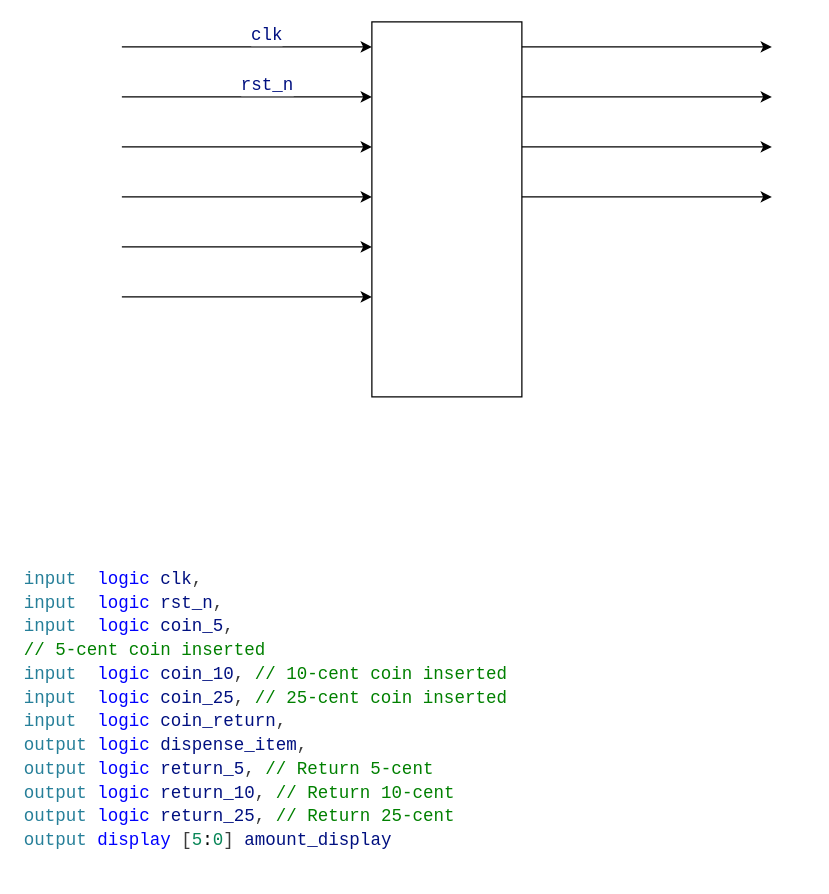
Before: page "vending_machine" (1 of 2) of Muhammad_Boota/lab4/task_2/docx/vending_machine.drawio in ee-uet/Xce_Training2025_Week02, a draw.io diagram. Source tidied: cells renumbered, new cells numbered last; positions are measured from the earlier drawing's top-left corner, leaving out a move shared by most shapes. Both pictures are drawn from the tidied source at 125%, with x=0, y=0 at pixel (21, 21).
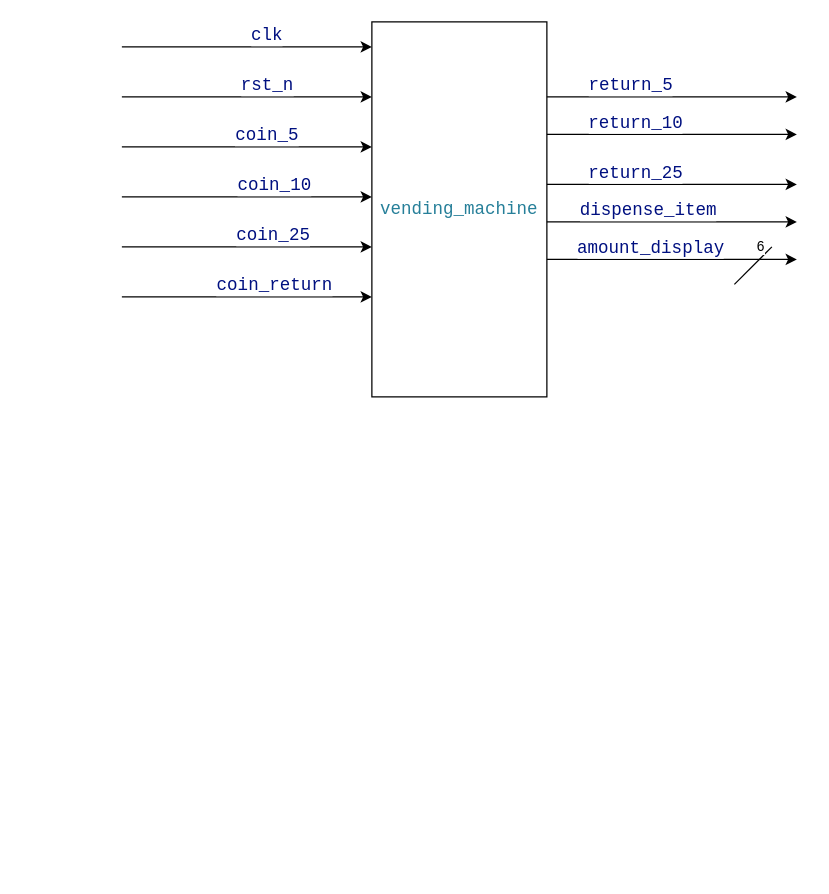
After the change.

Unchanged cells that the change refers to:
```xml
<mxCell id="8" style="endArrow=classic;html=1;rounded=0;" parent="1" edge="1">
  <mxGeometry relative="1" as="geometry">
    <mxPoint x="80" y="100" as="sourcePoint" />
    <mxPoint x="280" y="100" as="targetPoint" />
  </mxGeometry>
</mxCell>
<mxCell id="9" style="endArrow=classic;html=1;rounded=0;" parent="1" edge="1">
  <mxGeometry relative="1" as="geometry">
    <mxPoint x="80" y="140" as="sourcePoint" />
    <mxPoint x="280" y="140" as="targetPoint" />
  </mxGeometry>
</mxCell>
<mxCell id="10" style="endArrow=classic;html=1;rounded=0;" parent="1" edge="1">
  <mxGeometry relative="1" as="geometry">
    <mxPoint x="80" y="180" as="sourcePoint" />
    <mxPoint x="280" y="180" as="targetPoint" />
  </mxGeometry>
</mxCell>
<mxCell id="11" style="endArrow=classic;html=1;rounded=0;" parent="1" edge="1">
  <mxGeometry relative="1" as="geometry">
    <mxPoint x="80" y="220" as="sourcePoint" />
    <mxPoint x="280" y="220" as="targetPoint" />
  </mxGeometry>
</mxCell>
```

Diff of the diagram source:
```diff
@@
-    <mxCell id="2" style="rounded=0;whiteSpace=wrap;html=1;" parent="1" vertex="1">
-      <mxGeometry x="280" width="120" height="300" as="geometry" />
+    <mxCell id="2" value="&lt;div style=&quot;color: rgb(59, 59, 59); background-color: rgb(255, 255, 255); font-family: Consolas, &amp;quot;Courier New&amp;quot;, monospace; font-size: 14px; line-height: 19px; white-space: pre;&quot;&gt;&lt;span style=&quot;color: #267f99;&quot;&gt;vending_machine&lt;/span&gt;&lt;/div&gt;" style="rounded=0;whiteSpace=wrap;html=1;" parent="1" vertex="1">
+      <mxGeometry x="280" width="140" height="300" as="geometry" />
     </mxCell>
-    <mxCell id="3" value="&lt;div style=&quot;color: #3b3b3b;background-color: #ffffff;font-family: Consolas, 'Courier New', monospace;font-weight: normal;font-size: 14px;line-height: 19px;white-space: pre;&quot;&gt;&lt;div&gt;&lt;span style=&quot;color: #267f99;&quot;&gt;input&lt;/span&gt;&lt;span style=&quot;color: #3b3b3b;&quot;&gt; &amp;nbsp;&lt;/span&gt;&lt;span style=&quot;color: #0000ff;&quot;&gt;logic&lt;/span&gt;&lt;span style=&quot;color: #3b3b3b;&quot;&gt; &lt;/span&gt;&lt;span style=&quot;color: #001080;&quot;&gt;clk&lt;/span&gt;&lt;span style=&quot;color: #3b3b3b;&quot;&gt;,&lt;/span&gt;&lt;/div&gt;&lt;div&gt;&lt;span style=&quot;color: #267f99;&quot;&gt;input&lt;/span&gt;&lt;span style=&quot;color: #3b3b3b;&quot;&gt; &amp;nbsp;&lt;/span&gt;&lt;span style=&quot;color: #0000ff;&quot;&gt;logic&lt;/span&gt;&lt;span style=&quot;color: #3b3b3b;&quot;&gt; &lt;/span&gt;&lt;span style=&quot;color: #001080;&quot;&gt;rst_n&lt;/span&gt;&lt;span style=&quot;color: #3b3b3b;&quot;&gt;,&lt;/span&gt;&lt;/div&gt;&lt;div&gt;&lt;span style=&quot;color: #267f99;&quot;&gt;input&lt;/span&gt;&lt;span style=&quot;color: #3b3b3b;&quot;&gt; &amp;nbsp;&lt;/span&gt;&lt;span style=&quot;color: #0000ff;&quot;&gt;logic&lt;/span&gt;&lt;span style=&quot;color: #3b3b3b;&quot;&gt; &lt;/span&gt;&lt;span style=&quot;color: #001080;&quot;&gt;coin_5&lt;/span&gt;&lt;span style=&quot;color: #3b3b3b;&quot;&gt;,&lt;/span&gt;&lt;/div&gt;&lt;div&gt;&lt;span style=&quot;color: #008000;&quot;&gt;// 5-cent coin inserted&lt;/span&gt;&lt;/div&gt;&lt;div&gt;&lt;span style=&quot;color: #267f99;&quot;&gt;input&lt;/span&gt;&lt;span style=&quot;color: #3b3b3b;&quot;&gt; &amp;nbsp;&lt;/span&gt;&lt;span style=&quot;color: #0000ff;&quot;&gt;logic&lt;/span&gt;&lt;span style=&quot;color: #3b3b3b;&quot;&gt; &lt;/span&gt;&lt;span style=&quot;color: #001080;&quot;&gt;coin_10&lt;/span&gt;&lt;span style=&quot;color: #3b3b3b;&quot;&gt;, &lt;/span&gt;&lt;span style=&quot;color: #008000;&quot;&gt;// 10-cent coin inserted&lt;/span&gt;&lt;/div&gt;&lt;div&gt;&lt;span style=&quot;color: #267f99;&quot;&gt;input&lt;/span&gt;&lt;span style=&quot;color: #3b3b3b;&quot;&gt; &amp;nbsp;&lt;/span&gt;&lt;span style=&quot;color: #0000ff;&quot;&gt;logic&lt;/span&gt;&lt;span style=&quot;color: #3b3b3b;&quot;&gt; &lt;/span&gt;&lt;span style=&quot;color: #001080;&quot;&gt;coin_25&lt;/span&gt;&lt;span style=&quot;color: #3b3b3b;&quot;&gt;, &lt;/span&gt;&lt;span style=&quot;color: #008000;&quot;&gt;// 25-cent coin inserted&lt;/span&gt;&lt;/div&gt;&lt;div&gt;&lt;span style=&quot;color: #267f99;&quot;&gt;input&lt;/span&gt;&lt;span style=&quot;color: #3b3b3b;&quot;&gt; &amp;nbsp;&lt;/span&gt;&lt;span style=&quot;color: #0000ff;&quot;&gt;logic&lt;/span&gt;&lt;span style=&quot;color: #3b3b3b;&quot;&gt; &lt;/span&gt;&lt;span style=&quot;color: #001080;&quot;&gt;coin_return&lt;/span&gt;&lt;span style=&quot;color: #3b3b3b;&quot;&gt;,&lt;/span&gt;&lt;/div&gt;&lt;div&gt;&lt;span style=&quot;color: #267f99;&quot;&gt;output&lt;/span&gt;&lt;span style=&quot;color: #3b3b3b;&quot;&gt; &lt;/span&gt;&lt;span style=&quot;color: #0000ff;&quot;&gt;logic&lt;/span&gt;&lt;span style=&quot;color: #3b3b3b;&quot;&gt; &lt;/span&gt;&lt;span style=&quot;color: #001080;&quot;&gt;dispense_item&lt;/span&gt;&lt;span style=&quot;color: #3b3b3b;&quot;&gt;,&lt;/span&gt;&lt;/div&gt;&lt;div&gt;&lt;span style=&quot;color: #267f99;&quot;&gt;output&lt;/span&gt;&lt;span style=&quot;color: #3b3b3b;&quot;&gt; &lt;/span&gt;&lt;span style=&quot;color: #0000ff;&quot;&gt;logic&lt;/span&gt;&lt;span style=&quot;color: #3b3b3b;&quot;&gt; &lt;/span&gt;&lt;span style=&quot;color: #001080;&quot;&gt;return_5&lt;/span&gt;&lt;span style=&quot;color: #3b3b3b;&quot;&gt;, &lt;/span&gt;&lt;span style=&quot;color: #008000;&quot;&gt;// Return 5-cent&lt;/span&gt;&lt;/div&gt;&lt;div&gt;&lt;span style=&quot;color: #267f99;&quot;&gt;output&lt;/span&gt;&lt;span style=&quot;color: #3b3b3b;&quot;&gt; &lt;/span&gt;&lt;span style=&quot;color: #0000ff;&quot;&gt;logic&lt;/span&gt;&lt;span style=&quot;color: #3b3b3b;&quot;&gt; &lt;/span&gt;&lt;span style=&quot;color: #001080;&quot;&gt;return_10&lt;/span&gt;&lt;span style=&quot;color: #3b3b3b;&quot;&gt;, &lt;/span&gt;&lt;span style=&quot;color: #008000;&quot;&gt;// Return 10-cent&lt;/span&gt;&lt;/div&gt;&lt;div&gt;&lt;span style=&quot;color: #267f99;&quot;&gt;output&lt;/span&gt;&lt;span style=&quot;color: #3b3b3b;&quot;&gt; &lt;/span&gt;&lt;span style=&quot;color: #0000ff;&quot;&gt;logic&lt;/span&gt;&lt;span style=&quot;color: #3b3b3b;&quot;&gt; &lt;/span&gt;&lt;span style=&quot;color: #001080;&quot;&gt;return_25&lt;/span&gt;&lt;span style=&quot;color: #3b3b3b;&quot;&gt;, &lt;/span&gt;&lt;span style=&quot;color: #008000;&quot;&gt;// Return 25-cent&lt;/span&gt;&lt;/div&gt;&lt;div&gt;&lt;span style=&quot;color: #267f99;&quot;&gt;output&lt;/span&gt;&lt;span style=&quot;color: #3b3b3b;&quot;&gt; &lt;/span&gt;&lt;span style=&quot;color: #0000ff;&quot;&gt;display&lt;/span&gt;&lt;span style=&quot;color: #3b3b3b;&quot;&gt; [&lt;/span&gt;&lt;span style=&quot;color: #098658;&quot;&gt;5&lt;/span&gt;&lt;span style=&quot;color: #000000;&quot;&gt;:&lt;/span&gt;&lt;span style=&quot;color: #098658;&quot;&gt;0&lt;/span&gt;&lt;span style=&quot;color: #3b3b3b;&quot;&gt;] &lt;/span&gt;&lt;span style=&quot;color: #001080;&quot;&gt;amount_display&lt;/span&gt;&lt;/div&gt;&lt;/div&gt;" style="text;whiteSpace=wrap;html=1;" parent="1" vertex="1">
-      <mxGeometry y="430" width="390" height="250" as="geometry" />
-    </mxCell>
@@
+    <mxCell id="16" value="&lt;span style=&quot;color: rgb(0, 16, 128); font-family: Consolas, &amp;quot;Courier New&amp;quot;, monospace; font-size: 14px; text-align: left; white-space-collapse: preserve;&quot;&gt;coin_5&lt;/span&gt;" style="edgeLabel;html=1;align=center;verticalAlign=middle;" parent="8" vertex="1">
+      <mxGeometry x="-0.18" y="1" relative="1" as="geometry">
+        <mxPoint x="33" y="-9" as="offset" />
+      </mxGeometry>
+    </mxCell>
@@
+    <mxCell id="17" value="&lt;span style=&quot;color: rgb(0, 16, 128); font-family: Consolas, &amp;quot;Courier New&amp;quot;, monospace; font-size: 14px; text-align: left; white-space-collapse: preserve;&quot;&gt;coin_10&lt;/span&gt;" style="edgeLabel;html=1;align=center;verticalAlign=middle;" parent="9" vertex="1">
+      <mxGeometry x="0.21" relative="1" as="geometry">
+        <mxPoint y="-10" as="offset" />
+      </mxGeometry>
+    </mxCell>
@@
+    <mxCell id="18" value="&lt;span style=&quot;color: rgb(0, 16, 128); font-family: Consolas, &amp;quot;Courier New&amp;quot;, monospace; font-size: 14px; text-align: left; white-space-collapse: preserve;&quot;&gt;coin_25&lt;/span&gt;" style="edgeLabel;html=1;align=center;verticalAlign=middle;" parent="10" vertex="1">
+      <mxGeometry x="0.19" y="2" relative="1" as="geometry">
+        <mxPoint x="1" y="-8" as="offset" />
+      </mxGeometry>
+    </mxCell>
@@
+    <mxCell id="19" value="&lt;span style=&quot;color: rgb(0, 16, 128); font-family: Consolas, &amp;quot;Courier New&amp;quot;, monospace; font-size: 14px; text-align: left; white-space-collapse: preserve;&quot;&gt;coin_return&lt;/span&gt;" style="edgeLabel;html=1;align=center;verticalAlign=middle;" parent="11" vertex="1">
+      <mxGeometry x="0.21" y="2" relative="1" as="geometry">
+        <mxPoint y="-8" as="offset" />
+      </mxGeometry>
+    </mxCell>
     <mxCell id="12" style="endArrow=classic;html=1;rounded=0;" parent="1" edge="1">
       <mxGeometry relative="1" as="geometry">
-        <mxPoint x="400" y="20" as="sourcePoint" />
-        <mxPoint x="600" y="20" as="targetPoint" />
+        <mxPoint x="420" y="60" as="sourcePoint" />
+        <mxPoint x="620" y="60" as="targetPoint" />
       </mxGeometry>
     </mxCell>
+    <mxCell id="20" value="&lt;span style=&quot;color: rgb(0, 16, 128); font-family: Consolas, &amp;quot;Courier New&amp;quot;, monospace; font-size: 14px; text-align: left; white-space-collapse: preserve;&quot;&gt;return_5&lt;/span&gt;" style="edgeLabel;html=1;align=center;verticalAlign=middle;" parent="12" vertex="1">
+      <mxGeometry x="-0.34" y="4" relative="1" as="geometry">
+        <mxPoint y="-6" as="offset" />
+      </mxGeometry>
+    </mxCell>
     <mxCell id="13" style="endArrow=classic;html=1;rounded=0;" parent="1" edge="1">
       <mxGeometry relative="1" as="geometry">
-        <mxPoint x="400" y="60" as="sourcePoint" />
-        <mxPoint x="600" y="60" as="targetPoint" />
+        <mxPoint x="420" y="90" as="sourcePoint" />
+        <mxPoint x="620" y="90" as="targetPoint" />
       </mxGeometry>
     </mxCell>
+    <mxCell id="21" value="&lt;span style=&quot;color: rgb(0, 16, 128); font-family: Consolas, &amp;quot;Courier New&amp;quot;, monospace; font-size: 14px; text-align: left; white-space-collapse: preserve;&quot;&gt;return_10&lt;/span&gt;" style="edgeLabel;html=1;align=center;verticalAlign=middle;" parent="13" vertex="1">
+      <mxGeometry x="-0.24" relative="1" as="geometry">
+        <mxPoint x="-6" y="-10" as="offset" />
+      </mxGeometry>
+    </mxCell>
     <mxCell id="14" style="endArrow=classic;html=1;rounded=0;" parent="1" edge="1">
       <mxGeometry relative="1" as="geometry">
-        <mxPoint x="400" y="100" as="sourcePoint" />
-        <mxPoint x="600" y="100" as="targetPoint" />
+        <mxPoint x="420" y="130" as="sourcePoint" />
+        <mxPoint x="620" y="130" as="targetPoint" />
       </mxGeometry>
     </mxCell>
+    <mxCell id="22" value="&lt;span style=&quot;color: rgb(0, 16, 128); font-family: Consolas, &amp;quot;Courier New&amp;quot;, monospace; font-size: 14px; text-align: left; white-space-collapse: preserve;&quot;&gt;return_25&lt;/span&gt;" style="edgeLabel;html=1;align=center;verticalAlign=middle;" parent="14" vertex="1">
+      <mxGeometry x="-0.26" y="1" relative="1" as="geometry">
+        <mxPoint x="-4" y="-9" as="offset" />
+      </mxGeometry>
+    </mxCell>
     <mxCell id="15" style="endArrow=classic;html=1;rounded=0;" parent="1" edge="1">
       <mxGeometry relative="1" as="geometry">
-        <mxPoint x="400" y="140" as="sourcePoint" />
-        <mxPoint x="600" y="140" as="targetPoint" />
+        <mxPoint x="420" y="160" as="sourcePoint" />
+        <mxPoint x="620" y="160" as="targetPoint" />
       </mxGeometry>
     </mxCell>
+    <mxCell id="23" style="edgeLabel;html=1;align=center;verticalAlign=middle;" parent="15" vertex="1">
+      <mxGeometry x="-0.38" y="1" relative="1" as="geometry" />
+    </mxCell>
+    <mxCell id="24" value="&lt;span style=&quot;color: rgb(0, 16, 128); font-family: Consolas, &amp;quot;Courier New&amp;quot;, monospace; font-size: 14px; text-align: left; white-space-collapse: preserve;&quot;&gt;dispense_item&lt;/span&gt;" style="edgeLabel;html=1;align=center;verticalAlign=middle;" parent="15" vertex="1">
+      <mxGeometry x="-0.32" y="1" relative="1" as="geometry">
+        <mxPoint x="12" y="-9" as="offset" />
+      </mxGeometry>
+    </mxCell>
+    <mxCell id="25" style="endArrow=classic;html=1;rounded=0;" parent="1" edge="1">
+      <mxGeometry relative="1" as="geometry">
+        <mxPoint x="420" y="190" as="sourcePoint" />
+        <mxPoint x="620" y="190" as="targetPoint" />
+      </mxGeometry>
+    </mxCell>
+    <mxCell id="26" style="edgeLabel;html=1;align=center;verticalAlign=middle;" parent="25" vertex="1">
+      <mxGeometry x="-0.39" y="3" relative="1" as="geometry" />
+    </mxCell>
+    <mxCell id="27" value="&lt;span style=&quot;color: rgb(0, 16, 128); font-family: Consolas, &amp;quot;Courier New&amp;quot;, monospace; font-size: 14px; text-align: left; white-space-collapse: preserve;&quot;&gt;amount_display&lt;/span&gt;" style="edgeLabel;html=1;align=center;verticalAlign=middle;" parent="25" vertex="1">
+      <mxGeometry x="-0.18" relative="1" as="geometry">
+        <mxPoint y="-10" as="offset" />
+      </mxGeometry>
+    </mxCell>
+    <mxCell id="28" style="endArrow=none;html=1;rounded=0;" parent="1" edge="1">
+      <mxGeometry relative="1" as="geometry">
+        <mxPoint x="570" y="210" as="sourcePoint" />
+        <mxPoint x="600" y="180" as="targetPoint" />
+      </mxGeometry>
+    </mxCell>
+    <mxCell id="29" value="6" style="edgeLabel;html=1;align=center;verticalAlign=middle;" parent="28" vertex="1">
+      <mxGeometry x="0.63" y="1" relative="1" as="geometry">
+        <mxPoint x="-4" y="-5" as="offset" />
+      </mxGeometry>
+    </mxCell>
```
